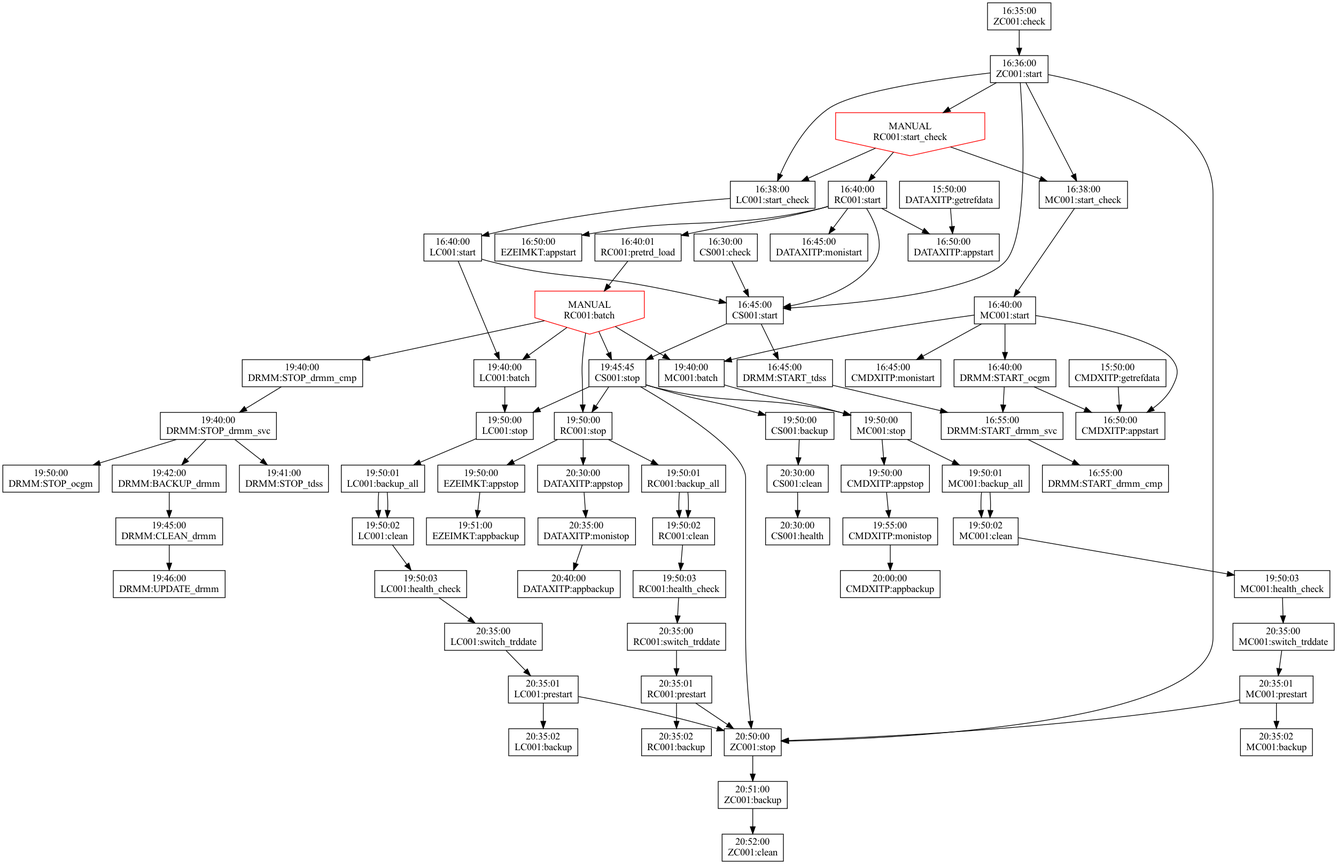
Kaisyouu/SSE keeps this Graphviz diagram as projects/DrawTOP/src/TOP_graph.gv.png. Above is the earlier version. Its source is kept beside it as projects/DrawTOP/src/TOP_graph.gv.
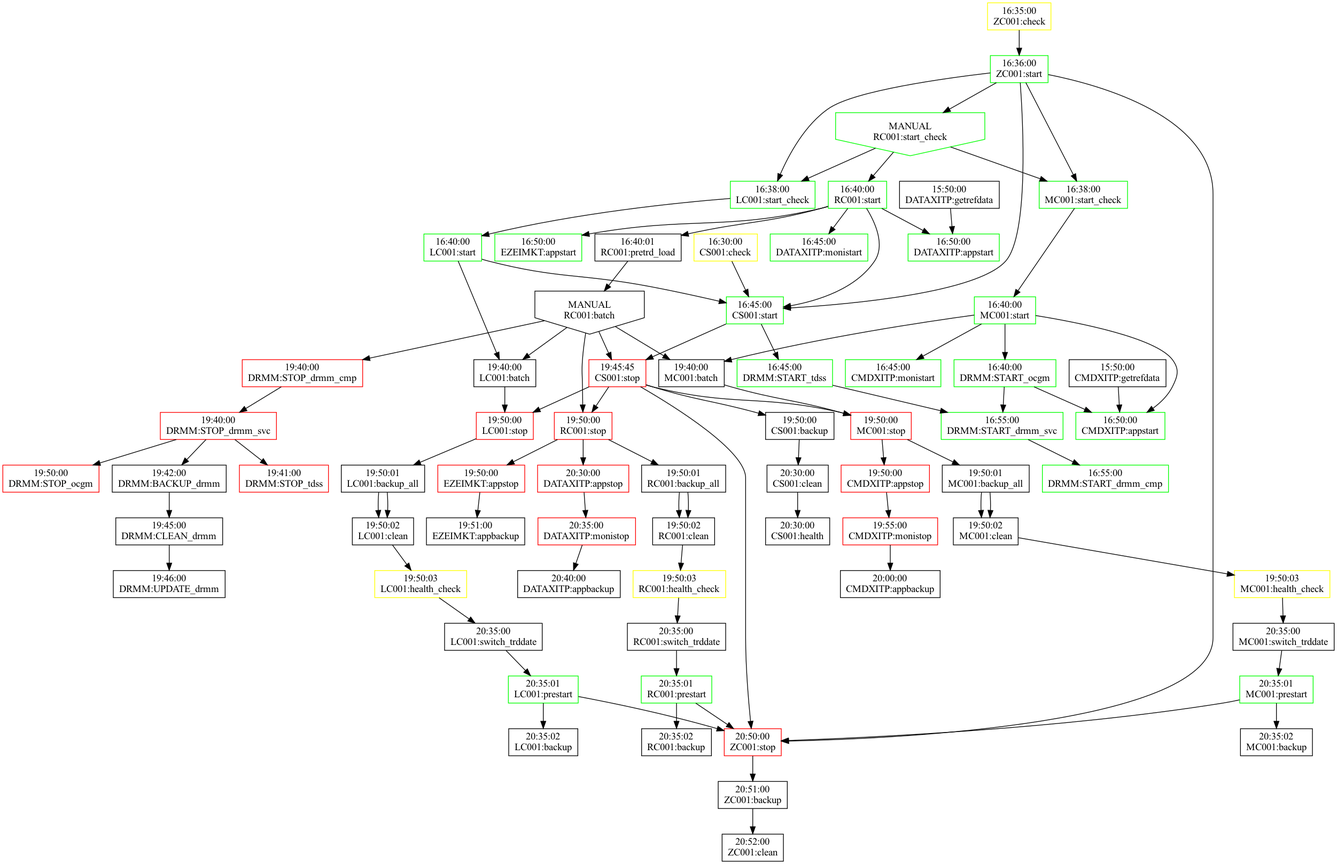
The same file after the commit.

What changed in the source:
```diff
@@ -1,100 +1,100 @@
 digraph TOP_graph {
 	1 [label="16:50:00
-EZEIMKT:appstart" shape=box]
+EZEIMKT:appstart" color=green shape=box]
 	2 [label="19:50:00
-EZEIMKT:appstop" shape=box]
+EZEIMKT:appstop" color=red shape=box]
 	3 [label="19:51:00
 EZEIMKT:appbackup" shape=box]
 	10 [label="15:50:00
 CMDXITP:getrefdata" shape=box]
 	11 [label="16:45:00
-CMDXITP:monistart" shape=box]
+CMDXITP:monistart" color=green shape=box]
 	12 [label="16:50:00
-CMDXITP:appstart" shape=box]
+CMDXITP:appstart" color=green shape=box]
 	13 [label="19:50:00
-CMDXITP:appstop" shape=box]
+CMDXITP:appstop" color=red shape=box]
 	14 [label="19:55:00
-CMDXITP:monistop" shape=box]
+CMDXITP:monistop" color=red shape=box]
 	15 [label="20:00:00
 CMDXITP:appbackup" shape=box]
 	16 [label="16:35:00
-ZC001:check" shape=box]
+ZC001:check" color=yellow shape=box]
 	17 [label="16:36:00
-ZC001:start" shape=box]
+ZC001:start" color=green shape=box]
 	18 [label="20:50:00
-ZC001:stop" shape=box]
+ZC001:stop" color=red shape=box]
 	19 [label="20:51:00
 ZC001:backup" shape=box]
 	20 [label="20:52:00
 ZC001:clean" shape=box]
 	30 [label="16:40:00
-RC001:start" shape=box]
+RC001:start" color=green shape=box]
 	31 [label="16:40:01
 RC001:pretrd_load" shape=box]
 	32 [label="19:50:00
-RC001:stop" shape=box]
+RC001:stop" color=red shape=box]
 	33 [label="19:50:01
 RC001:backup_all" shape=box]
 	34 [label="19:50:02
 RC001:clean" shape=box]
 	35 [label="19:50:03
-RC001:health_check" shape=box]
+RC001:health_check" color=yellow shape=box]
 	36 [label="20:35:00
 RC001:switch_trddate" shape=box]
 	37 [label="20:35:01
-RC001:prestart" shape=box]
+RC001:prestart" color=green shape=box]
 	38 [label="20:35:02
 RC001:backup" shape=box]
 	39 [label="MANUAL
-RC001:start_check" color=red shape=invhouse]
+RC001:start_check" color=green shape=invhouse]
 	40 [label="MANUAL
-RC001:batch" color=red shape=invhouse]
+RC001:batch" shape=invhouse]
 	56 [label="16:38:00
-MC001:start_check" shape=box]
+MC001:start_check" color=green shape=box]
 	57 [label="16:40:00
-MC001:start" shape=box]
+MC001:start" color=green shape=box]
 	58 [label="19:40:00
 MC001:batch" shape=box]
 	59 [label="19:50:00
-MC001:stop" shape=box]
+MC001:stop" color=red shape=box]
 	60 [label="19:50:01
 MC001:backup_all" shape=box]
 	61 [label="19:50:02
 MC001:clean" shape=box]
 	62 [label="19:50:03
-MC001:health_check" shape=box]
+MC001:health_check" color=yellow shape=box]
 	63 [label="20:35:00
 MC001:switch_trddate" shape=box]
 	64 [label="20:35:01
-MC001:prestart" shape=box]
+MC001:prestart" color=green shape=box]
 	65 [label="20:35:02
 MC001:backup" shape=box]
 	80 [label="16:38:00
-LC001:start_check" shape=box]
+LC001:start_check" color=green shape=box]
 	81 [label="16:40:00
-LC001:start" shape=box]
+LC001:start" color=green shape=box]
 	82 [label="19:40:00
 LC001:batch" shape=box]
 	83 [label="19:50:00
-LC001:stop" shape=box]
+LC001:stop" color=red shape=box]
 	84 [label="19:50:01
 LC001:backup_all" shape=box]
 	85 [label="19:50:02
 LC001:clean" shape=box]
 	86 [label="19:50:03
-LC001:health_check" shape=box]
+LC001:health_check" color=yellow shape=box]
 	87 [label="20:35:00
 LC001:switch_trddate" shape=box]
 	88 [label="20:35:01
-LC001:prestart" shape=box]
+LC001:prestart" color=green shape=box]
 	89 [label="20:35:02
 LC001:backup" shape=box]
 	104 [label="16:30:00
-CS001:check" shape=box]
+CS001:check" color=yellow shape=box]
 	105 [label="16:45:00
-CS001:start" shape=box]
+CS001:start" color=green shape=box]
 	106 [label="19:45:45
-CS001:stop" shape=box]
+CS001:stop" color=red shape=box]
 	107 [label="19:50:00
 CS001:backup" shape=box]
 	108 [label="20:30:00
@@ -102,13 +102,13 @@
 	109 [label="20:30:00
 CS001:health" shape=box]
 	116 [label="16:55:00
-DRMM:START_drmm_svc" shape=box]
+DRMM:START_drmm_svc" color=green shape=box]
 	117 [label="19:40:00
-DRMM:STOP_drmm_svc" shape=box]
+DRMM:STOP_drmm_svc" color=red shape=box]
 	118 [label="16:55:00
-DRMM:START_drmm_cmp" shape=box]
+DRMM:START_drmm_cmp" color=green shape=box]
 	119 [label="19:40:00
-DRMM:STOP_drmm_cmp" shape=box]
+DRMM:STOP_drmm_cmp" color=red shape=box]
 	121 [label="19:42:00
 DRMM:BACKUP_drmm" shape=box]
 	122 [label="19:45:00
@@ -116,23 +116,23 @@
 	123 [label="19:46:00
 DRMM:UPDATE_drmm" shape=box]
 	124 [label="16:45:00
-DRMM:START_tdss" shape=box]
+DRMM:START_tdss" color=green shape=box]
 	125 [label="19:41:00
-DRMM:STOP_tdss" shape=box]
+DRMM:STOP_tdss" color=red shape=box]
 	126 [label="16:40:00
-DRMM:START_ocgm" shape=box]
+DRMM:START_ocgm" color=green shape=box]
 	127 [label="19:50:00
-DRMM:STOP_ocgm" shape=box]
+DRMM:STOP_ocgm" color=red shape=box]
 	133 [label="15:50:00
 DATAXITP:getrefdata" shape=box]
 	134 [label="16:45:00
-DATAXITP:monistart" shape=box]
+DATAXITP:monistart" color=green shape=box]
 	135 [label="16:50:00
-DATAXITP:appstart" shape=box]
+DATAXITP:appstart" color=green shape=box]
 	136 [label="20:30:00
-DATAXITP:appstop" shape=box]
+DATAXITP:appstop" color=red shape=box]
 	137 [label="20:35:00
-DATAXITP:monistop" shape=box]
+DATAXITP:monistop" color=red shape=box]
 	138 [label="20:40:00
 DATAXITP:appbackup" shape=box]
 	30 -> 1
```
